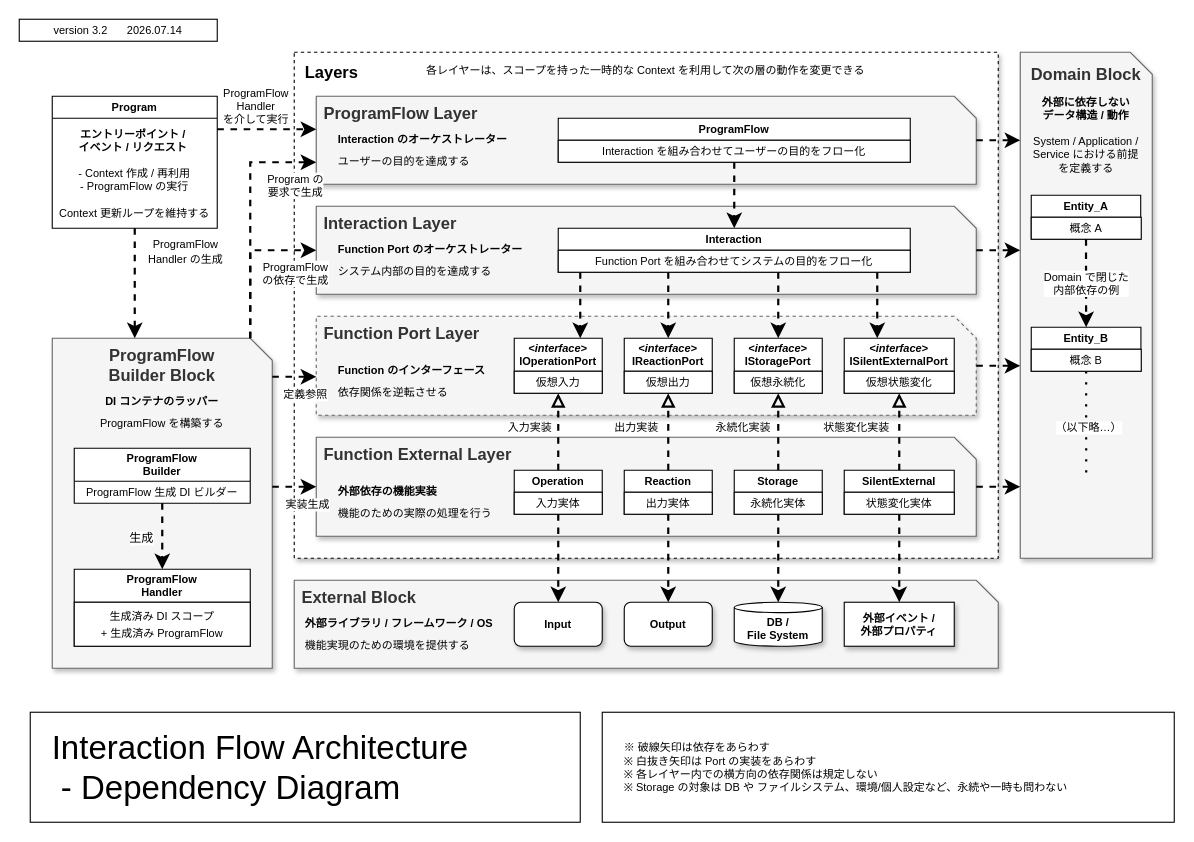
Above: docs/img/src/InteractionFlowArchitecture_DependencyDiagram.drawio in Studio-id-Game/InteractionFlowArchitecture (draw.io), before the change. Source tidied: cells renumbered, new cells numbered last; positions are measured from the earlier drawing's top-left corner, leaving out a move shared by most shapes. Both pictures are drawn from the tidied source at 110%, with x=0, y=0 at pixel (19, 19).
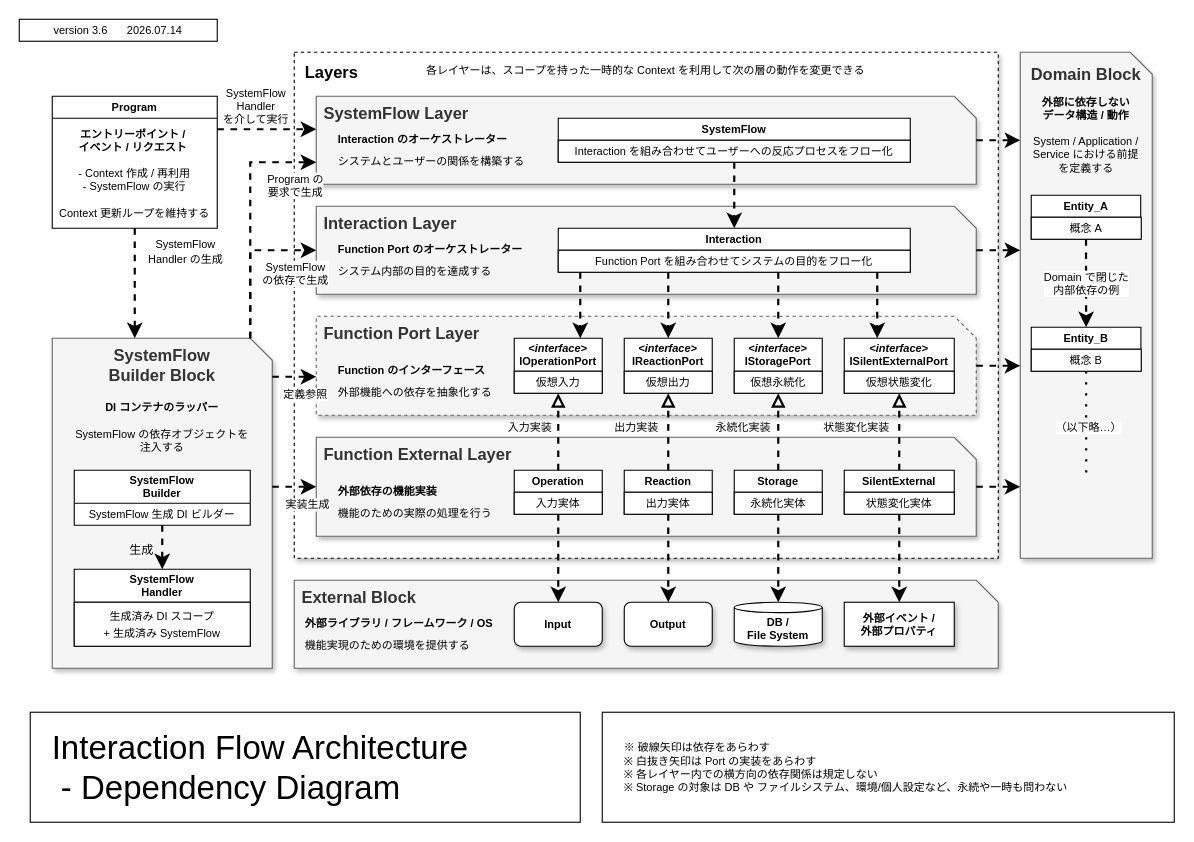
After the change.

The change refers to these unchanged cells:
```xml
<mxCell id="2" style="group;fontFamily=Arial;" parent="1" vertex="1">
  <mxGeometry x="30" y="250" width="200" height="340" as="geometry" />
</mxCell>
<mxCell id="18" style="group;fontFamily=Arial;" parent="1" vertex="1">
  <mxGeometry x="270" y="270" width="600" height="90" as="geometry" />
</mxCell>
<mxCell id="24" style="group;fontFamily=Arial;" parent="1" vertex="1">
  <mxGeometry x="270" y="70" width="600" height="80" as="geometry" />
</mxCell>
<mxCell id="62" style="endArrow=classic;html=1;rounded=0;dashed=1;endSize=8;strokeWidth=2;startSize=5;edgeStyle=elbowEdgeStyle;elbow=vertical;fontFamily=Arial;" parent="1" edge="1" source="3" target="22">
  <mxGeometry relative="1" as="geometry">
    <Array as="points">
      <mxPoint x="210" y="210" />
    </Array>
  </mxGeometry>
</mxCell>
<mxCell id="79" style="group;fontFamily=Arial;" parent="1" vertex="1">
  <mxGeometry x="490" y="90" width="320" height="40" as="geometry" />
</mxCell>
<mxCell id="103" style="group;fontFamily=Arial;" parent="1" vertex="1">
  <mxGeometry x="30" y="70" width="150" height="120" as="geometry" />
</mxCell>
<mxCell id="106" style="endArrow=classic;html=1;rounded=0;dashed=1;endSize=8;strokeWidth=2;startSize=5;edgeStyle=elbowEdgeStyle;elbow=vertical;fontFamily=Arial;" parent="1" edge="1" source="105" target="25">
  <mxGeometry relative="1" as="geometry">
    <Array as="points">
      <mxPoint x="230" y="100" />
    </Array>
  </mxGeometry>
</mxCell>
<mxCell id="108" style="endArrow=classic;html=1;rounded=0;dashed=1;endSize=8;strokeWidth=2;startSize=5;edgeStyle=elbowEdgeStyle;fontFamily=Arial;" parent="1" edge="1" source="105" target="3">
  <mxGeometry relative="1" as="geometry" />
</mxCell>
```

Change to the diagram source:
```diff
@@
-    <mxCell id="3" value="ProgramFlow &lt;br&gt;Builder Block" style="shape=card;whiteSpace=wrap;html=1;rounded=0;strokeColor=#666666;align=center;verticalAlign=top;fontFamily=Arial;fontSize=15;fillColor=#f5f5f5;size=20;flipH=1;legacyAnchorPoints=0;fontStyle=1;fontColor=#333333;shadow=1;" parent="2" vertex="1">
+    <mxCell id="3" value="SystemFlow &lt;br&gt;Builder Block" style="shape=card;whiteSpace=wrap;html=1;rounded=0;strokeColor=#666666;align=center;verticalAlign=top;fontFamily=Arial;fontSize=15;fillColor=#f5f5f5;size=20;flipH=1;legacyAnchorPoints=0;fontStyle=1;fontColor=#333333;shadow=1;" parent="2" vertex="1">
       <mxGeometry y="40" width="200" height="300" as="geometry" />
     </mxCell>
-    <mxCell id="4" value="&lt;div style=&quot;line-height: 200%;&quot;&gt;&lt;div style=&quot;line-height: 200%;&quot;&gt;&lt;b&gt;DI コンテナのラッパー&lt;/b&gt;&lt;/div&gt;&lt;div style=&quot;line-height: 200%;&quot;&gt;ProgramFlow を構築する&lt;/div&gt;&lt;/div&gt;" style="text;fontFamily=Arial;fontSize=10;fontColor=default;spacingTop=10;spacing=3;rounded=0;align=center;glass=0;shadow=1;html=1;whiteSpace=wrap;verticalAlign=top;labelPosition=center;verticalLabelPosition=middle;spacingLeft=0;" parent="2" vertex="1">
-      <mxGeometry y="70" width="200" height="76.7" as="geometry" />
+    <mxCell id="4" value="&lt;div&gt;&lt;div&gt;&lt;b&gt;DI コンテナのラッパー&lt;br&gt;&lt;br&gt;&lt;/b&gt;&lt;/div&gt;&lt;div&gt;SystemFlow の依存オブジェクトを&lt;br&gt;注入する&lt;/div&gt;&lt;/div&gt;" style="text;fontFamily=Arial;fontSize=10;fontColor=default;spacingTop=10;spacing=3;rounded=0;align=center;glass=0;shadow=1;html=1;whiteSpace=wrap;verticalAlign=top;labelPosition=center;verticalLabelPosition=middle;spacingLeft=0;" parent="2" vertex="1">
+      <mxGeometry y="80" width="200" height="76.7" as="geometry" />
     </mxCell>
     <mxCell id="5" style="group;fontFamily=Arial;" parent="2" vertex="1">
-      <mxGeometry x="20" y="140" width="160" height="50" as="geometry" />
+      <mxGeometry x="20" y="160" width="160" height="50" as="geometry" />
     </mxCell>
-    <mxCell id="6" value="&lt;font&gt;&lt;span style=&quot;font-size: 10px;&quot;&gt;ProgramFlow 生成 DI ビルダー&lt;/span&gt;&lt;/font&gt;" style="text;html=1;whiteSpace=wrap;strokeColor=none;fillColor=default;align=center;verticalAlign=middle;rounded=0;fontFamily=Arial;" parent="5" vertex="1">
+    <mxCell id="6" value="&lt;font&gt;&lt;span style=&quot;font-size: 10px;&quot;&gt;SystemFlow 生成 DI ビルダー&lt;/span&gt;&lt;/font&gt;" style="text;html=1;whiteSpace=wrap;strokeColor=none;fillColor=default;align=center;verticalAlign=middle;rounded=0;fontFamily=Arial;" parent="5" vertex="1">
       <mxGeometry y="30" width="160" height="20" as="geometry" />
     </mxCell>
-    <mxCell id="7" value="ProgramFlow&lt;br&gt;Builder" style="swimlane;whiteSpace=wrap;html=1;startSize=30;fontFamily=Arial;fontSize=10;" parent="5" vertex="1">
+    <mxCell id="7" value="SystemFlow&lt;br&gt;Builder" style="swimlane;whiteSpace=wrap;html=1;startSize=30;fontFamily=Arial;fontSize=10;" parent="5" vertex="1">
       <mxGeometry width="160" height="50" as="geometry" />
     </mxCell>
@@
-    <mxCell id="10" value="ProgramFlow&lt;br&gt;Handler" style="swimlane;whiteSpace=wrap;html=1;startSize=30;fontFamily=Arial;fontSize=10;" parent="2" vertex="1">
+    <mxCell id="10" value="SystemFlow&lt;br&gt;Handler" style="swimlane;whiteSpace=wrap;html=1;startSize=30;fontFamily=Arial;fontSize=10;" parent="2" vertex="1">
       <mxGeometry x="20" y="250" width="160" height="70" as="geometry" />
     </mxCell>
-    <mxCell id="11" value="&lt;font style=&quot;&quot;&gt;&lt;span style=&quot;font-size: 10px;&quot;&gt;生成済み&amp;nbsp;&lt;/span&gt;&lt;/font&gt;&lt;span style=&quot;font-size: 10px;&quot;&gt;DI スコープ&lt;br&gt;+&amp;nbsp;&lt;/span&gt;&lt;span style=&quot;font-size: 10px;&quot;&gt;生成済み&amp;nbsp;&lt;/span&gt;&lt;font style=&quot;&quot;&gt;&lt;span style=&quot;font-size: 10px;&quot;&gt;ProgramFlow&lt;/span&gt;&lt;/font&gt;" style="text;html=1;whiteSpace=wrap;strokeColor=default;fillColor=default;align=center;verticalAlign=middle;rounded=0;fontFamily=Arial;" parent="10" vertex="1">
+    <mxCell id="11" value="&lt;font style=&quot;&quot;&gt;&lt;span style=&quot;font-size: 10px;&quot;&gt;生成済み&amp;nbsp;&lt;/span&gt;&lt;/font&gt;&lt;span style=&quot;font-size: 10px;&quot;&gt;DI スコープ&lt;br&gt;+&amp;nbsp;&lt;/span&gt;&lt;span style=&quot;font-size: 10px;&quot;&gt;生成済み&amp;nbsp;&lt;/span&gt;&lt;font style=&quot;&quot;&gt;&lt;span style=&quot;font-size: 10px;&quot;&gt;SystemFlow&lt;/span&gt;&lt;/font&gt;" style="text;html=1;whiteSpace=wrap;strokeColor=default;fillColor=default;align=center;verticalAlign=middle;rounded=0;fontFamily=Arial;" parent="10" vertex="1">
       <mxGeometry y="30" width="160" height="40" as="geometry" />
     </mxCell>
@@
-    <mxCell id="20" value="&lt;span style=&quot;&quot; id=&quot;docs-internal-guid-e05309fc-7fff-ecf8-ab55-d977a82e0f61&quot;&gt;&lt;p dir=&quot;ltr&quot; style=&quot;line-height: 1.2; margin-top: 0pt; margin-bottom: 0pt;&quot;&gt;&lt;font&gt;&lt;b style=&quot;white-space: pre-wrap; line-height: 20px;&quot;&gt;Function のインターフェース&lt;/b&gt;&lt;/font&gt;&lt;/p&gt;&lt;p dir=&quot;ltr&quot; style=&quot;line-height: 1.2; margin-top: 0pt; margin-bottom: 0pt;&quot;&gt;&lt;font&gt;&lt;span style=&quot;white-space-collapse: preserve;&quot;&gt;&lt;span style=&quot;line-height: 200%;&quot;&gt;依存関係を逆転させる&lt;/span&gt;&lt;/span&gt;&lt;/font&gt;&lt;/p&gt;&lt;/span&gt;" style="text;whiteSpace=wrap;html=1;fontFamily=Arial;fontSize=10;fontColor=default;spacingTop=0;spacing=10;rounded=0;align=left;shadow=1;fontStyle=0;verticalAlign=bottom;spacingLeft=0;" parent="18" vertex="1">
+    <mxCell id="20" value="&lt;span style=&quot;&quot; id=&quot;docs-internal-guid-e05309fc-7fff-ecf8-ab55-d977a82e0f61&quot;&gt;&lt;p dir=&quot;ltr&quot; style=&quot;line-height: 1.2; margin-top: 0pt; margin-bottom: 0pt;&quot;&gt;&lt;span style=&quot;text-align: center; white-space: pre-wrap; line-height: 20px;&quot;&gt;&lt;b&gt;Function のインターフェース&lt;br&gt;&lt;/b&gt;外部機能への依存を&lt;/span&gt;&lt;span style=&quot;text-align: center; white-space: pre-wrap;&quot;&gt;&lt;span style=&quot;line-height: 20px;&quot;&gt;抽象化する&lt;/span&gt;&lt;/span&gt;&lt;/p&gt;&lt;/span&gt;" style="text;whiteSpace=wrap;html=1;fontFamily=Arial;fontSize=10;fontColor=default;spacingTop=0;spacing=10;rounded=0;align=left;shadow=1;fontStyle=0;verticalAlign=bottom;spacingLeft=0;" parent="18" vertex="1">
       <mxGeometry x="10" width="160" height="90" as="geometry" />
     </mxCell>
@@
-    <mxCell id="25" value="&lt;div&gt;ProgramFlow Layer&lt;/div&gt;" style="shape=card;whiteSpace=wrap;html=1;rounded=0;strokeColor=#666666;align=left;verticalAlign=top;fontFamily=Arial;fontSize=15;fillColor=#f5f5f5;size=20;flipH=1;legacyAnchorPoints=0;fontStyle=1;fontColor=#333333;shadow=1;spacingLeft=5;" parent="24" vertex="1">
+    <mxCell id="25" value="&lt;div&gt;SystemFlow Layer&lt;/div&gt;" style="shape=card;whiteSpace=wrap;html=1;rounded=0;strokeColor=#666666;align=left;verticalAlign=top;fontFamily=Arial;fontSize=15;fillColor=#f5f5f5;size=20;flipH=1;legacyAnchorPoints=0;fontStyle=1;fontColor=#333333;shadow=1;spacingLeft=5;" parent="24" vertex="1">
       <mxGeometry width="600" height="80" as="geometry" />
     </mxCell>
-    <mxCell id="26" value="&lt;div style=&quot;line-height: 200%;&quot;&gt;&lt;b&gt;Interaction のオーケストレーター&lt;/b&gt;&lt;/div&gt;&lt;div style=&quot;line-height: 200%;&quot;&gt;ユーザーの目的を達成する&lt;/div&gt;" style="text;fontFamily=Arial;fontSize=10;fontColor=default;spacingTop=0;spacing=10;rounded=0;align=left;glass=0;shadow=1;html=1;whiteSpace=wrap;verticalAlign=bottom;labelPosition=center;verticalLabelPosition=middle;spacingLeft=0;" parent="24" vertex="1">
+    <mxCell id="26" value="&lt;div style=&quot;line-height: 200%;&quot;&gt;&lt;b&gt;Interaction のオーケストレーター&lt;/b&gt;&lt;/div&gt;&lt;div style=&quot;line-height: 200%;&quot;&gt;システムとユーザーの関係を構築する&lt;/div&gt;" style="text;fontFamily=Arial;fontSize=10;fontColor=default;spacingTop=0;spacing=10;rounded=0;align=left;glass=0;shadow=1;html=1;whiteSpace=wrap;verticalAlign=bottom;labelPosition=center;verticalLabelPosition=middle;spacingLeft=0;" parent="24" vertex="1">
       <mxGeometry x="10" width="210" height="80" as="geometry" />
     </mxCell>
@@
-    <mxCell id="29" value="&lt;div&gt;version 3.2&lt;span style=&quot;white-space: pre;&quot;&gt;&#9;&lt;/span&gt;&lt;span style=&quot;background-color: transparent; color: light-dark(rgb(0, 0, 0), rgb(255, 255, 255));&quot;&gt;2026.07.14&lt;/span&gt;&lt;/div&gt;" style="rounded=0;whiteSpace=wrap;html=1;strokeColor=default;align=center;verticalAlign=middle;fontFamily=Arial;fontSize=10;fontColor=default;fillColor=default;shadow=0;" parent="1" vertex="1">
+    <mxCell id="29" value="&lt;div&gt;version 3.6&lt;span style=&quot;white-space: pre;&quot;&gt;&#9;&lt;/span&gt;&lt;span style=&quot;background-color: transparent; color: light-dark(rgb(0, 0, 0), rgb(255, 255, 255));&quot;&gt;2026.07.14&lt;/span&gt;&lt;/div&gt;" style="rounded=0;whiteSpace=wrap;html=1;strokeColor=default;align=center;verticalAlign=middle;fontFamily=Arial;fontSize=10;fontColor=default;fillColor=default;shadow=0;" parent="1" vertex="1">
       <mxGeometry width="180" height="20" as="geometry" />
     </mxCell>
@@
-    <mxCell id="63" value="&lt;font&gt;ProgramFlow&lt;br&gt;の依存で生成&lt;/font&gt;" style="edgeLabel;html=1;align=center;verticalAlign=middle;fontSize=10;fontFamily=Arial;" parent="62" vertex="1">
+    <mxCell id="63" value="&lt;font&gt;SystemFlow&lt;br&gt;の依存で生成&lt;/font&gt;" style="edgeLabel;html=1;align=center;verticalAlign=middle;fontSize=10;fontFamily=Arial;" parent="62" vertex="1">
       <mxGeometry x="0.31" relative="1" as="geometry">
         <mxPoint x="28" y="20" as="offset" />
       </mxGeometry>
     </mxCell>
@@
-    <mxCell id="80" value="ProgramFlow" style="swimlane;whiteSpace=wrap;html=1;startSize=20;fontFamily=Arial;fontSize=10;" parent="79" vertex="1">
+    <mxCell id="80" value="SystemFlow" style="swimlane;whiteSpace=wrap;html=1;startSize=20;fontFamily=Arial;fontSize=10;" parent="79" vertex="1">
       <mxGeometry width="320" height="40" as="geometry" />
     </mxCell>
-    <mxCell id="81" value="Interaction を組み合わせてユーザーの目的をフロー化" style="text;whiteSpace=wrap;fontFamily=Arial;fontSize=10;verticalAlign=middle;align=center;fontStyle=0;fillColor=default;strokeColor=default;" parent="79" vertex="1">
+    <mxCell id="81" value="Interaction を組み合わせてユーザーへの反応プロセスをフロー化" style="text;whiteSpace=wrap;fontFamily=Arial;fontSize=10;verticalAlign=middle;align=center;fontStyle=0;fillColor=default;strokeColor=default;" parent="79" vertex="1">
       <mxGeometry y="20" width="320" height="20" as="geometry" />
     </mxCell>
@@
-    <mxCell id="104" value="&lt;div style=&quot;font-size: 10px;&quot;&gt;&lt;span style=&quot;white-space-collapse: preserve;&quot;&gt;&lt;b&gt;エントリーポイント / &lt;br&gt;&lt;/b&gt;&lt;/span&gt;&lt;span style=&quot;white-space: pre-wrap;&quot;&gt;&lt;b&gt;イベント / &lt;/b&gt;&lt;/span&gt;&lt;b style=&quot;color: light-dark(rgb(0, 0, 0), rgb(255, 255, 255)); white-space: pre-wrap; background-color: transparent;&quot;&gt;リクエスト&lt;/b&gt;&lt;span style=&quot;white-space: pre-wrap;&quot;&gt;&lt;b&gt; &lt;/b&gt;&lt;/span&gt;&lt;span style=&quot;white-space-collapse: preserve;&quot;&gt;&lt;/span&gt;&lt;/div&gt;&lt;div style=&quot;font-size: 10px;&quot;&gt;&lt;span style=&quot;white-space-collapse: preserve;&quot;&gt;&lt;br&gt;&lt;div&gt;- Context 作成 / 再利用&lt;/div&gt;&lt;div&gt;- &lt;span style=&quot;background-color: transparent; color: light-dark(rgb(0, 0, 0), rgb(255, 255, 255));&quot;&gt;ProgramFlow の実行&lt;/span&gt;&lt;/div&gt;&lt;div&gt;&lt;span style=&quot;background-color: transparent; color: light-dark(rgb(0, 0, 0), rgb(255, 255, 255));&quot;&gt;&lt;br&gt;&lt;/span&gt;&lt;/div&gt;&lt;div&gt;&lt;span style=&quot;background-color: transparent; color: light-dark(rgb(0, 0, 0), rgb(255, 255, 255));&quot;&gt;Context 更新ループを維持する&lt;/span&gt;&lt;/div&gt;&lt;/span&gt;&lt;/div&gt;" style="text;html=1;whiteSpace=wrap;strokeColor=none;fillColor=default;align=center;verticalAlign=middle;rounded=0;fontFamily=Arial;" parent="103" vertex="1">
+    <mxCell id="104" value="&lt;div style=&quot;font-size: 10px;&quot;&gt;&lt;span style=&quot;white-space-collapse: preserve;&quot;&gt;&lt;b&gt;エントリーポイント / &lt;br&gt;&lt;/b&gt;&lt;/span&gt;&lt;span style=&quot;white-space: pre-wrap;&quot;&gt;&lt;b&gt;イベント / &lt;/b&gt;&lt;/span&gt;&lt;b style=&quot;color: light-dark(rgb(0, 0, 0), rgb(255, 255, 255)); white-space: pre-wrap; background-color: transparent;&quot;&gt;リクエスト&lt;/b&gt;&lt;span style=&quot;white-space: pre-wrap;&quot;&gt;&lt;b&gt; &lt;/b&gt;&lt;/span&gt;&lt;span style=&quot;white-space-collapse: preserve;&quot;&gt;&lt;/span&gt;&lt;/div&gt;&lt;div style=&quot;font-size: 10px;&quot;&gt;&lt;span style=&quot;white-space-collapse: preserve;&quot;&gt;&lt;br&gt;&lt;div&gt;- Context 作成 / 再利用&lt;/div&gt;&lt;div&gt;- &lt;span style=&quot;background-color: transparent; color: light-dark(rgb(0, 0, 0), rgb(255, 255, 255));&quot;&gt;SystemFlow の実行&lt;/span&gt;&lt;/div&gt;&lt;div&gt;&lt;span style=&quot;background-color: transparent; color: light-dark(rgb(0, 0, 0), rgb(255, 255, 255));&quot;&gt;&lt;br&gt;&lt;/span&gt;&lt;/div&gt;&lt;div&gt;&lt;span style=&quot;background-color: transparent; color: light-dark(rgb(0, 0, 0), rgb(255, 255, 255));&quot;&gt;Context 更新ループを維持する&lt;/span&gt;&lt;/div&gt;&lt;/span&gt;&lt;/div&gt;" style="text;html=1;whiteSpace=wrap;strokeColor=none;fillColor=default;align=center;verticalAlign=middle;rounded=0;fontFamily=Arial;" parent="103" vertex="1">
       <mxGeometry y="20" width="150" height="100" as="geometry" />
     </mxCell>
@@
-    <mxCell id="107" value="&lt;div&gt;ProgramFlow&lt;/div&gt;&lt;span style=&quot;background-color: light-dark(#ffffff, var(--ge-dark-color, #121212));&quot;&gt;Handler &lt;br&gt;を介して&lt;/span&gt;実行" style="edgeLabel;html=1;align=center;verticalAlign=middle;fontSize=10;fontFamily=Arial;" parent="106" vertex="1">
+    <mxCell id="107" value="&lt;div&gt;SystemFlow&lt;/div&gt;&lt;span style=&quot;background-color: light-dark(#ffffff, var(--ge-dark-color, #121212));&quot;&gt;Handler &lt;br&gt;を介して&lt;/span&gt;実行" style="edgeLabel;html=1;align=center;verticalAlign=middle;fontSize=10;fontFamily=Arial;" parent="106" vertex="1">
       <mxGeometry x="-0.32" relative="1" as="geometry">
         <mxPoint x="3" y="-22" as="offset" />
       </mxGeometry>
     </mxCell>
@@
-    <mxCell id="109" value="&lt;font style=&quot;&quot;&gt;&lt;span style=&quot;font-size: 10px;&quot;&gt;ProgramFlow&lt;br&gt;Handler の生成&lt;/span&gt;&lt;/font&gt;" style="edgeLabel;html=1;align=center;verticalAlign=middle;fontFamily=Arial;" parent="108" vertex="1">
+    <mxCell id="109" value="&lt;font style=&quot;&quot;&gt;&lt;span style=&quot;font-size: 10px;&quot;&gt;SystemFlow&lt;br&gt;Handler の生成&lt;/span&gt;&lt;/font&gt;" style="edgeLabel;html=1;align=center;verticalAlign=middle;fontFamily=Arial;" parent="108" vertex="1">
       <mxGeometry x="-0.59" relative="1" as="geometry">
         <mxPoint x="45" y="-1" as="offset" />
       </mxGeometry>
     </mxCell>
```
